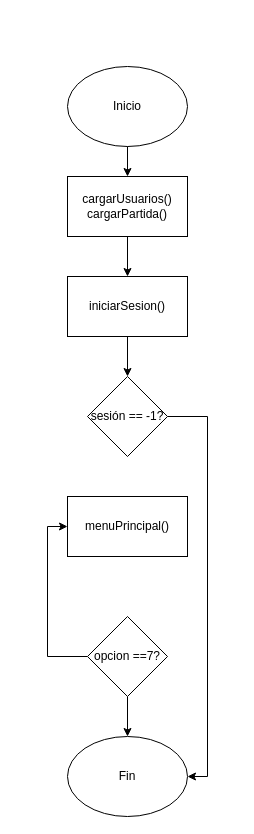
Earlier version of the draw.io diagram Diagramas Dark Knight.drawio (AlissonRCampos58/Dark-Knight). Source tidied: cells renumbered, new cells numbered last; positions are measured from the earlier drawing's top-left corner, leaving out a move shared by most shapes. Both pictures are drawn from the tidied source at 100%, with x=0, y=0 at pixel (67, 66).
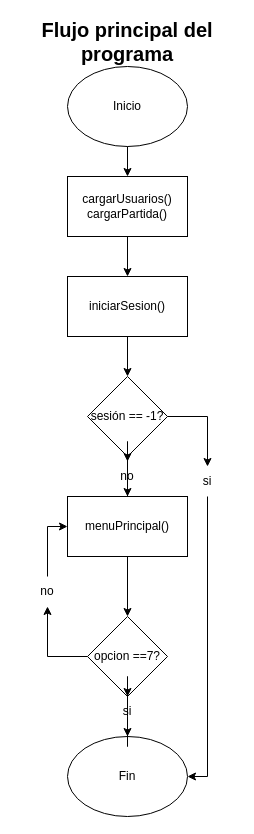
After the change.

Unchanged cells that the change refers to:
```xml
<mxCell id="9" value="sesión == -1?" style="rhombus;whiteSpace=wrap;html=1;shapeInside=1;" parent="1" vertex="1">
  <mxGeometry x="20" y="310" width="80" height="80" as="geometry" />
</mxCell>
<mxCell id="10" value="Fin" style="ellipse;whiteSpace=wrap;html=1;shapeInside=1;" parent="1" vertex="1">
  <mxGeometry y="670" width="120" height="80" as="geometry" />
</mxCell>
<mxCell id="11" value="menuPrincipal()" style="rounded=0;whiteSpace=wrap;html=1;" parent="1" vertex="1">
  <mxGeometry y="430" width="120" height="60" as="geometry" />
</mxCell>
<mxCell id="14" value="opcion ==7?" style="rhombus;whiteSpace=wrap;html=1;shapeInside=1;" parent="1" vertex="1">
  <mxGeometry x="20" y="550" width="80" height="80" as="geometry" />
</mxCell>
```

What changed in the source:
```diff
@@
-    <mxCell id="8" style="edgeStyle=orthogonalEdgeStyle;rounded=0;jettySize=auto;html=1;exitX=1;exitY=0.5;exitDx=0;exitDy=0;entryX=1;entryY=0.5;entryDx=0;entryDy=0;defaultLabelBackgroundColor=page;labelPadding=0 4;" parent="1" edge="1" source="9" target="10">
+    <mxCell id="8" style="edgeStyle=orthogonalEdgeStyle;rounded=0;jettySize=auto;html=1;entryX=1;entryY=0.5;entryDx=0;entryDy=0;defaultLabelBackgroundColor=page;labelPadding=0 4;" parent="1" edge="1" source="22" target="10">
       <mxGeometry relative="1" as="geometry" />
     </mxCell>
+    <mxCell id="15" style="edgeStyle=orthogonalEdgeStyle;rounded=0;jettySize=auto;html=1;entryX=0.5;entryY=0;entryDx=0;entryDy=0;defaultLabelBackgroundColor=page;labelPadding=0 4;" parent="1" edge="1" source="24" target="11">
+      <mxGeometry relative="1" as="geometry" />
+    </mxCell>
@@
+    <mxCell id="16" style="edgeStyle=orthogonalEdgeStyle;rounded=0;jettySize=auto;html=1;exitX=0.5;exitY=1;exitDx=0;exitDy=0;entryX=0.5;entryY=0;entryDx=0;entryDy=0;defaultLabelBackgroundColor=page;labelPadding=0 4;" parent="1" edge="1" source="11" target="14">
+      <mxGeometry relative="1" as="geometry" />
+    </mxCell>
@@
-    <mxCell id="12" style="edgeStyle=orthogonalEdgeStyle;rounded=0;jettySize=auto;html=1;exitX=0;exitY=0.5;exitDx=0;exitDy=0;entryX=0;entryY=0.5;entryDx=0;entryDy=0;defaultLabelBackgroundColor=page;labelPadding=0 4;fontStyle=1;" parent="1" edge="1" source="14" target="11">
+    <mxCell id="12" style="edgeStyle=orthogonalEdgeStyle;rounded=0;jettySize=auto;html=1;entryX=0;entryY=0.5;entryDx=0;entryDy=0;defaultLabelBackgroundColor=page;labelPadding=0 4;fontStyle=1;" parent="1" edge="1" source="18" target="11">
       <mxGeometry relative="1" as="geometry" />
     </mxCell>
-    <mxCell id="13" style="edgeStyle=orthogonalEdgeStyle;rounded=0;jettySize=auto;html=1;exitX=0.5;exitY=1;exitDx=0;exitDy=0;entryX=0.5;entryY=0;entryDx=0;entryDy=0;defaultLabelBackgroundColor=page;labelPadding=0 4;" parent="1" edge="1" source="14" target="10">
+    <mxCell id="13" style="edgeStyle=orthogonalEdgeStyle;rounded=0;jettySize=auto;html=1;entryX=0.5;entryY=0;entryDx=0;entryDy=0;defaultLabelBackgroundColor=page;labelPadding=0 4;" parent="1" edge="1" source="20" target="10">
       <mxGeometry relative="1" as="geometry" />
     </mxCell>
@@
+    <mxCell id="17" style="edgeStyle=orthogonalEdgeStyle;rounded=0;jettySize=auto;html=1;exitX=0;exitY=0.5;exitDx=0;exitDy=0;defaultLabelBackgroundColor=page;labelPadding=0 4;fontStyle=1;" parent="1" edge="1" source="14" target="18">
+      <mxGeometry relative="1" as="geometry" />
+    </mxCell>
+    <mxCell id="18" value="no" style="text;html=1;whiteSpace=wrap;strokeColor=none;fillColor=none;align=center;verticalAlign=middle;rounded=0;" parent="1" vertex="1">
+      <mxGeometry x="-50" y="510" width="60" height="30" as="geometry" />
+    </mxCell>
+    <mxCell id="19" style="edgeStyle=orthogonalEdgeStyle;rounded=0;jettySize=auto;html=1;exitX=0.5;exitY=1;exitDx=0;exitDy=0;defaultLabelBackgroundColor=page;labelPadding=0 4;" parent="1" edge="1" source="14" target="20">
+      <mxGeometry relative="1" as="geometry" />
+    </mxCell>
+    <mxCell id="20" value="si" style="text;html=1;whiteSpace=wrap;strokeColor=none;fillColor=none;align=center;verticalAlign=middle;rounded=0;" parent="1" vertex="1">
+      <mxGeometry x="30" y="630" width="60" height="30" as="geometry" />
+    </mxCell>
+    <mxCell id="21" style="edgeStyle=orthogonalEdgeStyle;rounded=0;jettySize=auto;html=1;exitX=1;exitY=0.5;exitDx=0;exitDy=0;defaultLabelBackgroundColor=page;labelPadding=0 4;" parent="1" edge="1" source="9" target="22">
+      <mxGeometry relative="1" as="geometry" />
+    </mxCell>
+    <mxCell id="22" value="si" style="text;html=1;whiteSpace=wrap;strokeColor=none;fillColor=none;align=center;verticalAlign=middle;rounded=0;" parent="1" vertex="1">
+      <mxGeometry x="110" y="400" width="60" height="30" as="geometry" />
+    </mxCell>
+    <mxCell id="23" style="edgeStyle=orthogonalEdgeStyle;rounded=0;jettySize=auto;html=1;exitX=0.5;exitY=1;exitDx=0;exitDy=0;defaultLabelBackgroundColor=page;labelPadding=0 4;" parent="1" edge="1" source="9" target="24">
+      <mxGeometry relative="1" as="geometry" />
+    </mxCell>
+    <mxCell id="24" value="no" style="text;html=1;whiteSpace=wrap;strokeColor=none;fillColor=none;align=center;verticalAlign=middle;rounded=0;" parent="1" vertex="1">
+      <mxGeometry x="30" y="395" width="60" height="30" as="geometry" />
+    </mxCell>
+    <mxCell id="25" value="Flujo principal del programa" style="text;html=1;whiteSpace=wrap;strokeColor=none;fillColor=none;align=center;verticalAlign=middle;rounded=0;fontSize=20;fontStyle=1;" parent="1" vertex="1">
+      <mxGeometry x="-45" y="-40" width="210" height="30" as="geometry" />
+    </mxCell>
```
